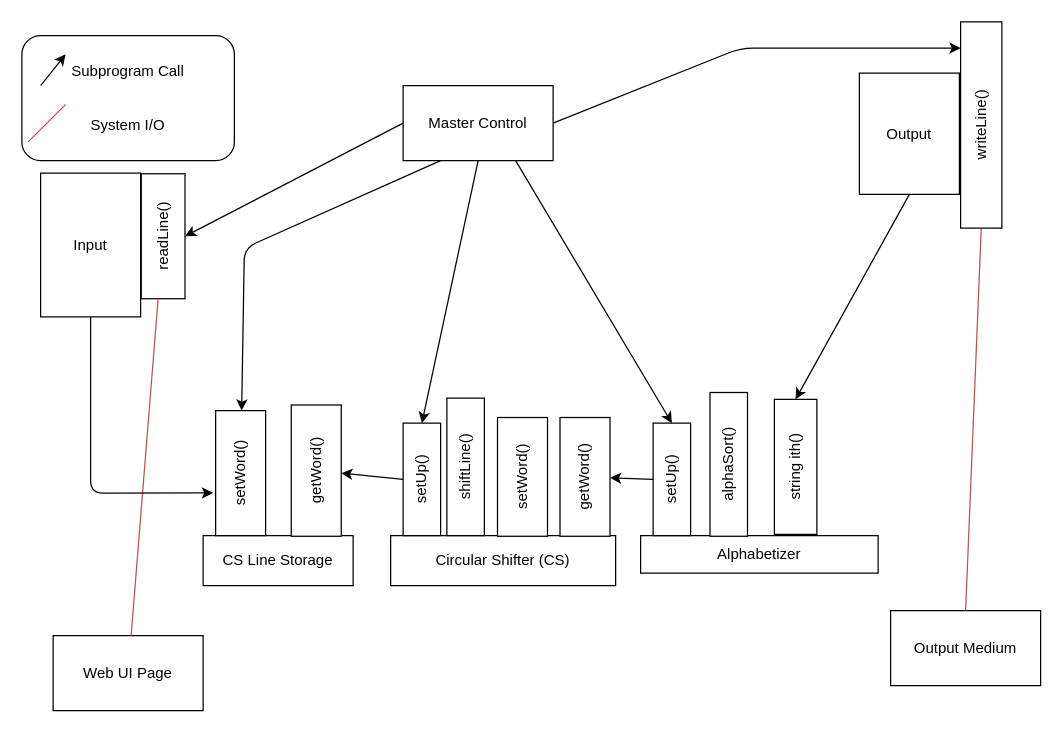
The draw.io diagram To-Do List Builder/cyberminer_adt.drawio in kntnguyen94/To-Do-List-Builder, before the edit. Source tidied: cells renumbered, new cells numbered last; positions are measured from the earlier drawing's top-left corner, leaving out a move shared by most shapes. Both pictures are drawn from the tidied source at 125%, with x=0, y=0 at pixel (21, 35).
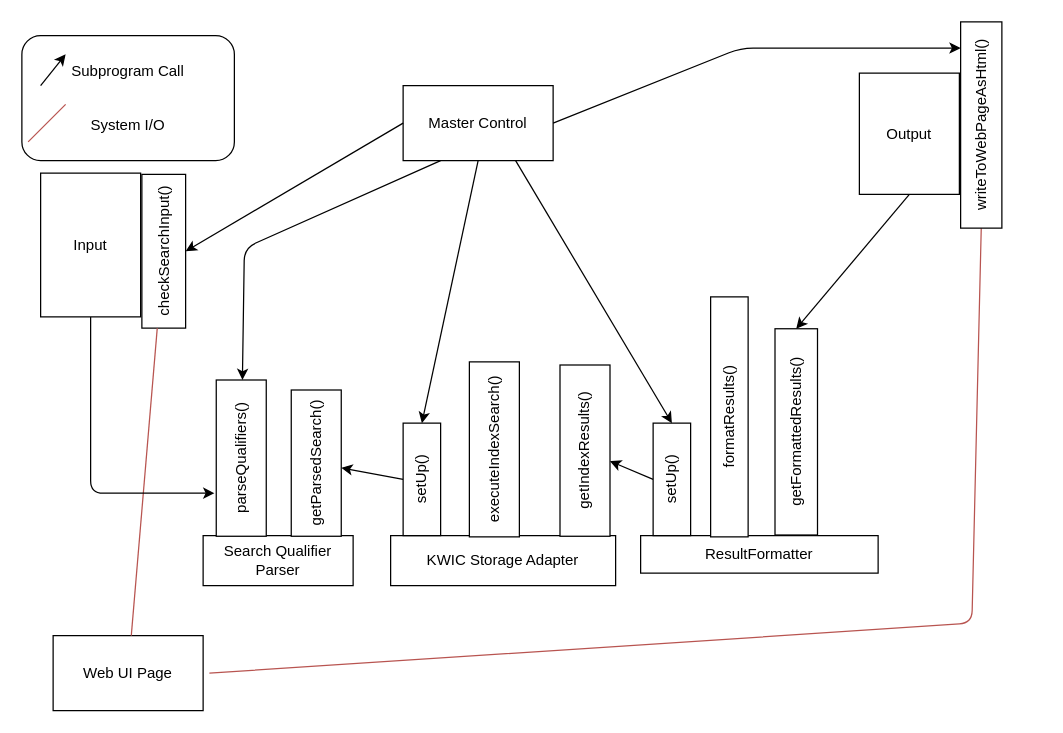
After the change.

The change refers to these unchanged cells:
```xml
<mxCell id="3" value="Input" style="rounded=0;whiteSpace=wrap;html=1;" parent="1" vertex="1">
  <mxGeometry x="15" y="110" width="80" height="115" as="geometry" />
</mxCell>
```

Change to the diagram source:
```diff
@@
-    <mxCell id="9" value="Output Medium" style="rounded=0;whiteSpace=wrap;html=1;" parent="1" vertex="1">
-      <mxGeometry x="695" y="460" width="120" height="60" as="geometry" />
-    </mxCell>
-    <mxCell id="10" value="CS Line Storage" style="rounded=0;whiteSpace=wrap;html=1;" parent="1" vertex="1">
+    <mxCell id="10" value="Search Qualifier&lt;br&gt;Parser" style="rounded=0;whiteSpace=wrap;html=1;" parent="1" vertex="1">
       <mxGeometry x="145" y="400" width="120" height="40" as="geometry" />
     </mxCell>
-    <mxCell id="11" value="Circular Shifter (CS)" style="rounded=0;whiteSpace=wrap;html=1;" parent="1" vertex="1">
+    <mxCell id="11" value="KWIC Storage Adapter" style="rounded=0;whiteSpace=wrap;html=1;" parent="1" vertex="1">
       <mxGeometry x="295" y="400" width="180" height="40" as="geometry" />
     </mxCell>
-    <mxCell id="12" value="Alphabetizer" style="rounded=0;whiteSpace=wrap;html=1;" parent="1" vertex="1">
+    <mxCell id="12" value="ResultFormatter" style="rounded=0;whiteSpace=wrap;html=1;" parent="1" vertex="1">
       <mxGeometry x="495" y="400" width="190" height="30" as="geometry" />
     </mxCell>
@@
-    <mxCell id="15" value="readLine()" style="rounded=0;whiteSpace=wrap;html=1;rotation=-90;" parent="1" vertex="1">
-      <mxGeometry x="63" y="143" width="100" height="35" as="geometry" />
+    <mxCell id="15" value="checkSearchInput()" style="rounded=0;whiteSpace=wrap;html=1;rotation=-90;" parent="1" vertex="1">
+      <mxGeometry x="52" y="155" width="123" height="35" as="geometry" />
     </mxCell>
@@
-    <mxCell id="17" value="setWord()" style="rounded=0;whiteSpace=wrap;html=1;rotation=-90;" parent="1" vertex="1">
-      <mxGeometry x="125" y="330" width="100" height="40" as="geometry" />
+    <mxCell id="17" value="parseQualifiers()" style="rounded=0;whiteSpace=wrap;html=1;rotation=-90;" parent="1" vertex="1">
+      <mxGeometry x="113" y="318" width="125" height="40" as="geometry" />
     </mxCell>
-    <mxCell id="18" style="endArrow=classic;html=1;exitX=0.5;exitY=1;exitDx=0;exitDy=0;entryX=0.342;entryY=-0.05;entryDx=0;entryDy=0;entryPerimeter=0;" parent="1" edge="1" source="3" target="17">
+    <mxCell id="18" style="endArrow=classic;html=1;exitX=0.5;exitY=1;exitDx=0;exitDy=0;" parent="1" edge="1" source="3">
       <mxGeometry relative="1" as="geometry">
+        <mxPoint x="154" y="366" as="targetPoint" />
         <Array as="points">
           <mxPoint x="55" y="366" />
         </Array>
       </mxGeometry>
     </mxCell>
-    <mxCell id="19" value="getWord()" style="rounded=0;whiteSpace=wrap;html=1;rotation=-90;" parent="1" vertex="1">
-      <mxGeometry x="183" y="328" width="105" height="40" as="geometry" />
+    <mxCell id="19" value="getParsedSearch()" style="rounded=0;whiteSpace=wrap;html=1;rotation=-90;" parent="1" vertex="1">
+      <mxGeometry x="177" y="322" width="117" height="40" as="geometry" />
     </mxCell>
@@
-    <mxCell id="23" value="setWord()" style="rounded=0;whiteSpace=wrap;html=1;rotation=-90;" parent="1" vertex="1">
-      <mxGeometry x="353" y="333" width="95" height="40" as="geometry" />
+    <mxCell id="23" value="executeIndexSearch()" style="rounded=0;whiteSpace=wrap;html=1;rotation=-90;" parent="1" vertex="1">
+      <mxGeometry x="308" y="311" width="140" height="40" as="geometry" />
     </mxCell>
-    <mxCell id="24" value="getWord()" style="rounded=0;whiteSpace=wrap;html=1;rotation=-90;" parent="1" vertex="1">
-      <mxGeometry x="403" y="333" width="95" height="40" as="geometry" />
+    <mxCell id="24" value="getIndexResults()" style="rounded=0;whiteSpace=wrap;html=1;rotation=-90;" parent="1" vertex="1">
+      <mxGeometry x="382" y="312" width="137" height="40" as="geometry" />
     </mxCell>
@@
-    <mxCell id="27" value="string ith()" style="rounded=0;whiteSpace=wrap;html=1;rotation=-90;" parent="1" vertex="1">
-      <mxGeometry x="565" y="328" width="108" height="34" as="geometry" />
+    <mxCell id="27" value="getFormattedResults()" style="rounded=0;whiteSpace=wrap;html=1;rotation=-90;" parent="1" vertex="1">
+      <mxGeometry x="537" y="300" width="165" height="34" as="geometry" />
     </mxCell>
-    <mxCell id="28" value="alphaSort()" style="rounded=0;whiteSpace=wrap;html=1;rotation=-90;" parent="1" vertex="1">
-      <mxGeometry x="508" y="328" width="115" height="30" as="geometry" />
+    <mxCell id="28" value="formatResults()" style="rounded=0;whiteSpace=wrap;html=1;rotation=-90;" parent="1" vertex="1">
+      <mxGeometry x="470" y="290" width="192" height="30" as="geometry" />
     </mxCell>
@@
-    <mxCell id="30" style="endArrow=none;html=1;fillColor=#f8cecc;strokeColor=#b85450;entryX=0;entryY=0.5;entryDx=0;entryDy=0;exitX=0.5;exitY=0;exitDx=0;exitDy=0;" parent="1" edge="1" source="9" target="33">
-      <mxGeometry relative="1" as="geometry" />
+    <mxCell id="30" style="endArrow=none;html=1;fillColor=#f8cecc;strokeColor=#b85450;entryX=0;entryY=0.5;entryDx=0;entryDy=0;" parent="1" edge="1" target="33">
+      <mxGeometry relative="1" as="geometry">
+        <mxPoint x="150" y="510" as="sourcePoint" />
+        <Array as="points">
+          <mxPoint x="760" y="470" />
+        </Array>
+      </mxGeometry>
     </mxCell>
-    <mxCell id="31" value="shiftLine()" style="rounded=0;whiteSpace=wrap;html=1;rotation=-90;" parent="1" vertex="1">
-      <mxGeometry x="300" y="330" width="110" height="30" as="geometry" />
-    </mxCell>
@@
-    <mxCell id="33" value="writeLine()" style="rounded=0;whiteSpace=wrap;html=1;rotation=-90;" parent="1" vertex="1">
+    <mxCell id="33" value="writeToWebPageAsHtml()" style="rounded=0;whiteSpace=wrap;html=1;rotation=-90;" parent="1" vertex="1">
       <mxGeometry x="685" y="55" width="165" height="33" as="geometry" />
     </mxCell>
```
